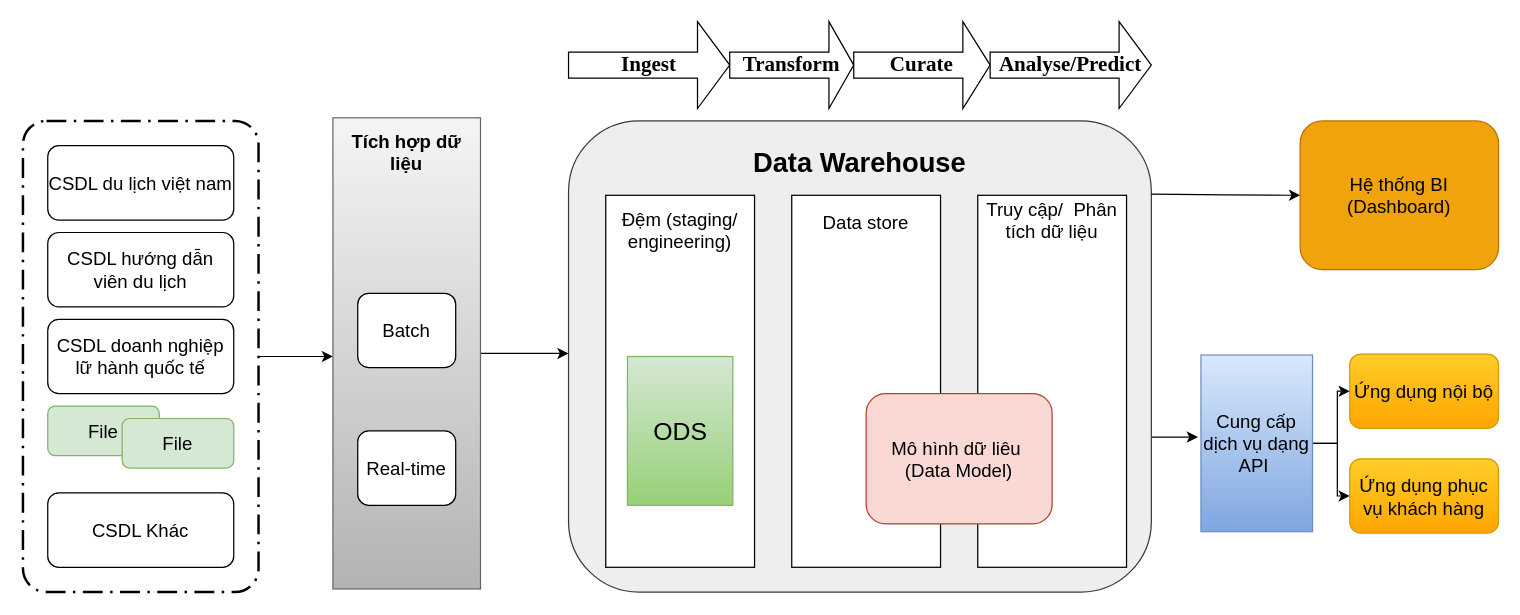
This is page "Page-1" (1 of 2) of so-do-draw/tcdl.drawio from letheanh12345/Draw-io, a draw.io file, before an edit. Source tidied: cells renumbered, new cells numbered last; positions are measured from the earlier drawing's top-left corner, leaving out a move shared by most shapes. Both pictures are drawn from the tidied source at 124%, with x=0, y=0 at pixel (22, 21).
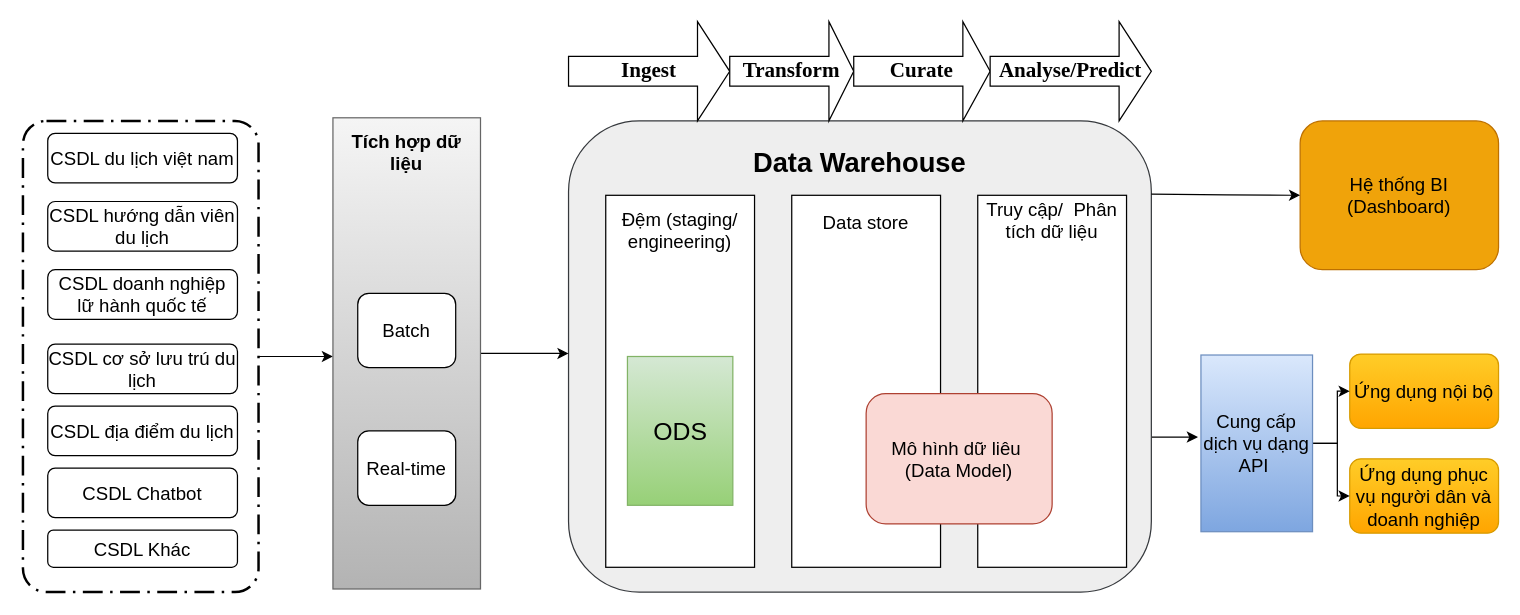
The same page after the edit.

What changed in the source:
```diff
@@
     <mxCell id="7" value="&lt;b&gt;&lt;font style=&quot;font-size: 17px;&quot;&gt;Ingest&lt;/font&gt;&lt;/b&gt;" style="shape=singleArrow;whiteSpace=wrap;html=1;fontFamily=Times New Roman;fontSize=14;" parent="1" vertex="1">
-      <mxGeometry x="440" width="130" height="70" as="geometry" />
+      <mxGeometry x="440" width="130" height="80" as="geometry" />
     </mxCell>
     <mxCell id="8" value="&lt;b&gt;&lt;font style=&quot;font-size: 17px;&quot;&gt;Transform&lt;/font&gt;&lt;/b&gt;" style="shape=singleArrow;whiteSpace=wrap;html=1;fontFamily=Times New Roman;fontSize=14;" parent="1" vertex="1">
-      <mxGeometry x="570" width="100" height="70" as="geometry" />
+      <mxGeometry x="570" width="100" height="80" as="geometry" />
     </mxCell>
     <mxCell id="9" value="&lt;b&gt;&lt;font style=&quot;font-size: 17px;&quot;&gt;Curate&lt;/font&gt;&lt;/b&gt;" style="shape=singleArrow;whiteSpace=wrap;html=1;fontFamily=Times New Roman;fontSize=14;" parent="1" vertex="1">
-      <mxGeometry x="670" width="110" height="70" as="geometry" />
+      <mxGeometry x="670" width="110" height="80" as="geometry" />
     </mxCell>
     <mxCell id="10" value="&lt;b&gt;&lt;font style=&quot;font-size: 17px;&quot;&gt;Analyse/Predict&lt;/font&gt;&lt;/b&gt;" style="shape=singleArrow;whiteSpace=wrap;html=1;fontFamily=Times New Roman;fontSize=14;" parent="1" vertex="1">
-      <mxGeometry x="780" width="130" height="70" as="geometry" />
+      <mxGeometry x="780" width="130" height="80" as="geometry" />
     </mxCell>
-    <mxCell id="11" value="&lt;font style=&quot;font-size: 15px;&quot;&gt;CSDL du lịch việt nam&lt;/font&gt;" style="rounded=1;whiteSpace=wrap;html=1;" parent="1" vertex="1">
-      <mxGeometry x="20" y="100" width="150" height="60" as="geometry" />
-    </mxCell>
-    <mxCell id="12" value="&lt;font style=&quot;font-size: 15px;&quot;&gt;CSDL hướng dẫn viên du lịch&lt;/font&gt;" style="rounded=1;whiteSpace=wrap;html=1;" parent="1" vertex="1">
-      <mxGeometry x="20" y="170" width="150" height="60" as="geometry" />
-    </mxCell>
-    <mxCell id="13" value="&lt;font style=&quot;font-size: 15px;&quot;&gt;CSDL doanh nghiệp lữ hành quốc tế&lt;/font&gt;" style="rounded=1;whiteSpace=wrap;html=1;" parent="1" vertex="1">
-      <mxGeometry x="20" y="240" width="150" height="60" as="geometry" />
-    </mxCell>
-    <mxCell id="14" value="&lt;font style=&quot;font-size: 15px;&quot;&gt;File&lt;/font&gt;" style="rounded=1;whiteSpace=wrap;html=1;fillColor=#d5e8d4;strokeColor=#82b366;" parent="1" vertex="1">
-      <mxGeometry x="20" y="310" width="90" height="40" as="geometry" />
-    </mxCell>
-    <mxCell id="15" value="&lt;font style=&quot;font-size: 15px;&quot;&gt;CSDL Khác&lt;/font&gt;" style="rounded=1;whiteSpace=wrap;html=1;" parent="1" vertex="1">
-      <mxGeometry x="20" y="380" width="150" height="60" as="geometry" />
-    </mxCell>
-    <mxCell id="16" value="&lt;font style=&quot;font-size: 15px;&quot;&gt;File&lt;/font&gt;" style="rounded=1;whiteSpace=wrap;html=1;fillColor=#d5e8d4;strokeColor=#82b366;" parent="1" vertex="1">
-      <mxGeometry x="80" y="320" width="90" height="40" as="geometry" />
-    </mxCell>
@@
-    <mxCell id="32" value="Ứng dụng phục vụ khách hàng" style="rounded=1;whiteSpace=wrap;html=1;fontSize=15;fillColor=#ffcd28;gradientColor=#ffa500;strokeColor=#d79b00;" parent="1" vertex="1">
+    <mxCell id="32" value="Ứng dụng phục vụ người dân và doanh nghiệp" style="rounded=1;whiteSpace=wrap;html=1;fontSize=15;fillColor=#ffcd28;gradientColor=#ffa500;strokeColor=#d79b00;" parent="1" vertex="1">
       <mxGeometry x="1070" y="352.5" width="120" height="60" as="geometry" />
     </mxCell>
@@
+    <mxCell id="11" value="&lt;font style=&quot;font-size: 15px;&quot;&gt;CSDL du lịch việt nam&lt;/font&gt;" style="rounded=1;whiteSpace=wrap;html=1;" parent="1" vertex="1">
+      <mxGeometry x="20" y="90" width="153" height="40" as="geometry" />
+    </mxCell>
+    <mxCell id="12" value="&lt;font style=&quot;font-size: 15px;&quot;&gt;CSDL hướng dẫn viên du lịch&lt;/font&gt;" style="rounded=1;whiteSpace=wrap;html=1;" parent="1" vertex="1">
+      <mxGeometry x="20" y="145" width="153" height="40" as="geometry" />
+    </mxCell>
+    <mxCell id="13" value="&lt;font style=&quot;font-size: 15px;&quot;&gt;CSDL doanh nghiệp lữ hành quốc tế&lt;/font&gt;" style="rounded=1;whiteSpace=wrap;html=1;" parent="1" vertex="1">
+      <mxGeometry x="20" y="200" width="153" height="40" as="geometry" />
+    </mxCell>
+    <mxCell id="15" value="&lt;font style=&quot;font-size: 15px;&quot;&gt;CSDL Khác&lt;/font&gt;" style="rounded=1;whiteSpace=wrap;html=1;" parent="1" vertex="1">
+      <mxGeometry x="20" y="410" width="153" height="30" as="geometry" />
+    </mxCell>
+    <mxCell id="37" value="&lt;font style=&quot;font-size: 15px;&quot;&gt;CSDL cơ sở lưu trú du lịch&lt;/font&gt;" style="rounded=1;whiteSpace=wrap;html=1;" parent="1" vertex="1">
+      <mxGeometry x="20" y="260" width="153" height="40" as="geometry" />
+    </mxCell>
+    <mxCell id="38" value="&lt;font style=&quot;font-size: 15px;&quot;&gt;CSDL Chatbot&lt;/font&gt;" style="rounded=1;whiteSpace=wrap;html=1;" parent="1" vertex="1">
+      <mxGeometry x="20" y="360" width="153" height="40" as="geometry" />
+    </mxCell>
+    <mxCell id="39" value="&lt;font style=&quot;font-size: 15px;&quot;&gt;CSDL địa điểm du lịch&lt;/font&gt;" style="rounded=1;whiteSpace=wrap;html=1;" parent="1" vertex="1">
+      <mxGeometry x="20" y="310" width="153" height="40" as="geometry" />
+    </mxCell>
```
